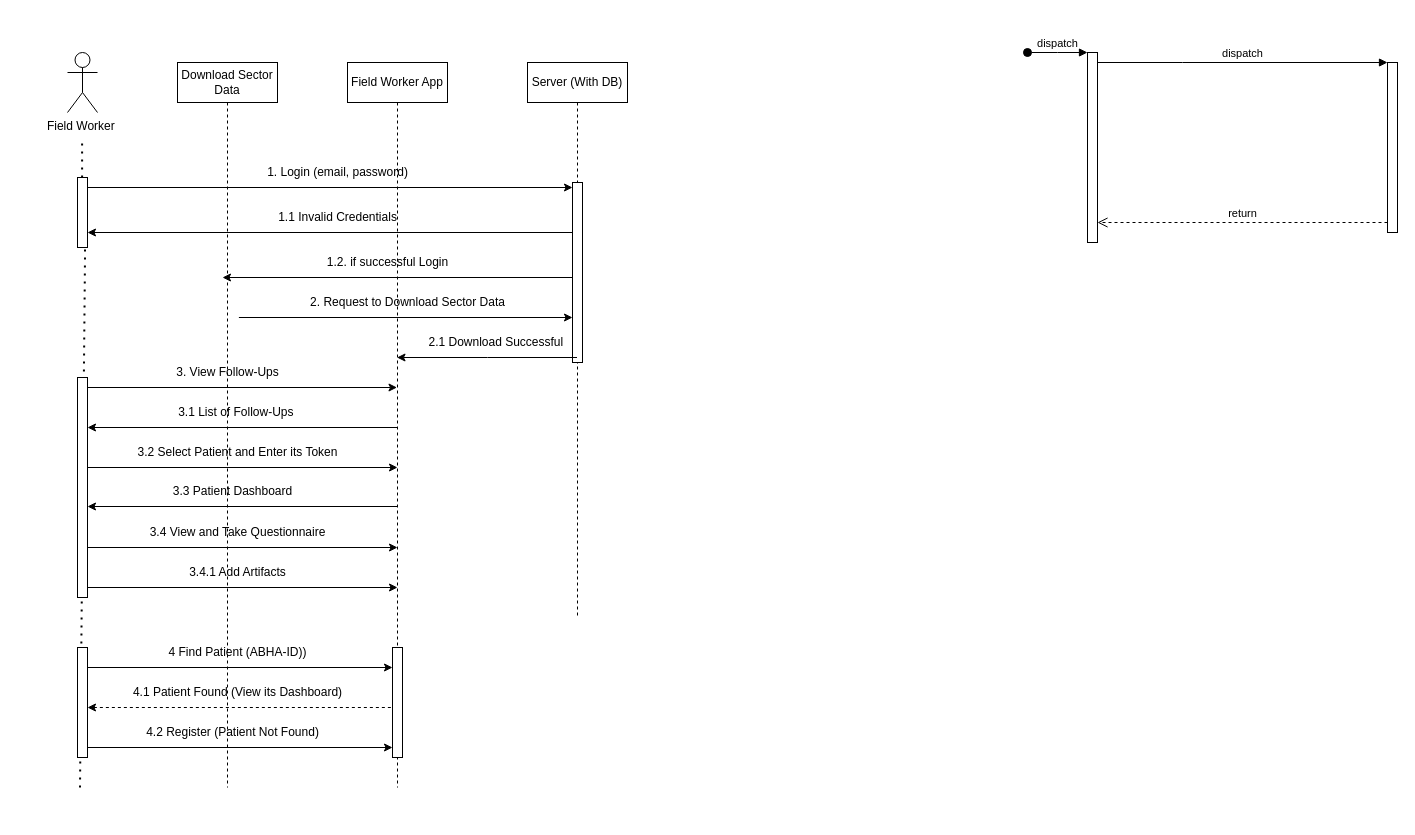
Above: Field Worker.drawio in Elysian01/Elysian01 (draw.io), before the change. Source tidied: cells renumbered, new cells numbered last; positions are measured from the earlier drawing's top-left corner, leaving out a move shared by most shapes. Both pictures are drawn from the tidied source at 100%, with x=0, y=0 at pixel (67, 52).
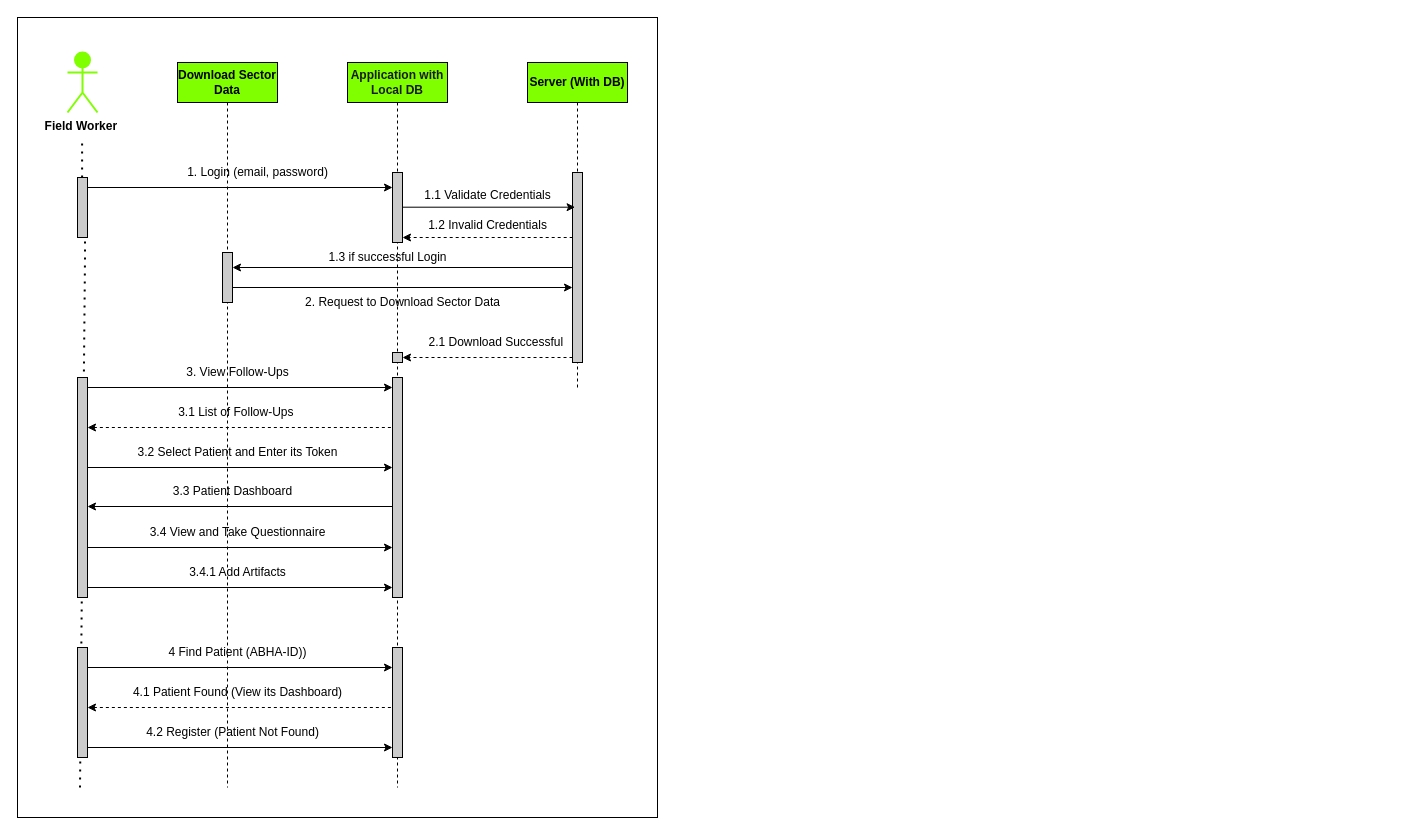
Above is the later version.

Change to the diagram source:
```diff
@@
+    <mxCell id="47" style="rounded=0;whiteSpace=wrap;html=1;" parent="1" vertex="1">
+      <mxGeometry x="-50" y="-35" width="640" height="800" as="geometry" />
+    </mxCell>
-    <mxCell id="2" value="Download Sector Data" style="shape=umlLifeline;perimeter=lifelinePerimeter;whiteSpace=wrap;html=1;newEdgeStyle={&quot;edgeStyle&quot;:&quot;elbowEdgeStyle&quot;,&quot;elbow&quot;:&quot;vertical&quot;,&quot;curved&quot;:0,&quot;rounded&quot;:0};" parent="1" vertex="1">
+    <mxCell id="2" value="Download Sector Data" style="shape=umlLifeline;perimeter=lifelinePerimeter;whiteSpace=wrap;html=1;newEdgeStyle={&quot;edgeStyle&quot;:&quot;elbowEdgeStyle&quot;,&quot;elbow&quot;:&quot;vertical&quot;,&quot;curved&quot;:0,&quot;rounded&quot;:0};fillColor=#80FF00;fontStyle=1;" parent="1" vertex="1">
       <mxGeometry x="110" y="10" width="100" height="725" as="geometry" />
     </mxCell>
-    <mxCell id="3" style="html=1;points=[];perimeter=orthogonalPerimeter;outlineConnect=0;targetShapes=umlLifeline;portConstraint=eastwest;newEdgeStyle={&quot;edgeStyle&quot;:&quot;elbowEdgeStyle&quot;,&quot;elbow&quot;:&quot;vertical&quot;,&quot;curved&quot;:0,&quot;rounded&quot;:0};" parent="1" vertex="1">
-      <mxGeometry x="1020" width="10" height="190" as="geometry" />
-    </mxCell>
-    <mxCell id="4" value="dispatch" style="html=1;verticalAlign=bottom;startArrow=oval;endArrow=block;startSize=8;edgeStyle=elbowEdgeStyle;elbow=vertical;curved=0;rounded=0;" parent="1" edge="1" target="3">
-      <mxGeometry relative="1" as="geometry">
-        <mxPoint x="960" as="sourcePoint" />
-      </mxGeometry>
-    </mxCell>
-    <mxCell id="5" style="html=1;points=[];perimeter=orthogonalPerimeter;outlineConnect=0;targetShapes=umlLifeline;portConstraint=eastwest;newEdgeStyle={&quot;edgeStyle&quot;:&quot;elbowEdgeStyle&quot;,&quot;elbow&quot;:&quot;vertical&quot;,&quot;curved&quot;:0,&quot;rounded&quot;:0};" parent="1" vertex="1">
-      <mxGeometry x="1320" y="10" width="10" height="170" as="geometry" />
-    </mxCell>
-    <mxCell id="6" value="dispatch" style="html=1;verticalAlign=bottom;endArrow=block;edgeStyle=elbowEdgeStyle;elbow=vertical;curved=0;rounded=0;" parent="1" edge="1" source="3" target="5">
-      <mxGeometry relative="1" as="geometry">
-        <Array as="points">
-          <mxPoint x="1115" y="10" />
-        </Array>
-      </mxGeometry>
-    </mxCell>
-    <mxCell id="7" value="return" style="html=1;verticalAlign=bottom;endArrow=open;dashed=1;endSize=8;edgeStyle=elbowEdgeStyle;elbow=vertical;curved=0;rounded=0;" parent="1" edge="1" source="5" target="3">
-      <mxGeometry relative="1" as="geometry">
-        <Array as="points">
-          <mxPoint x="1125" y="170" />
-        </Array>
-      </mxGeometry>
-    </mxCell>
+    <mxCell id="48" style="html=1;points=[];perimeter=orthogonalPerimeter;outlineConnect=0;targetShapes=umlLifeline;portConstraint=eastwest;newEdgeStyle={&quot;edgeStyle&quot;:&quot;elbowEdgeStyle&quot;,&quot;elbow&quot;:&quot;vertical&quot;,&quot;curved&quot;:0,&quot;rounded&quot;:0};fillColor=#CCCCCC;" parent="2" vertex="1">
+      <mxGeometry x="45" y="190" width="10" height="50" as="geometry" />
+    </mxCell>
-    <mxCell id="8" value="Field Worker App" style="shape=umlLifeline;perimeter=lifelinePerimeter;whiteSpace=wrap;html=1;outlineConnect=0;portConstraint=eastwest;newEdgeStyle={&quot;edgeStyle&quot;:&quot;elbowEdgeStyle&quot;,&quot;elbow&quot;:&quot;vertical&quot;,&quot;curved&quot;:0,&quot;rounded&quot;:0};" parent="1" vertex="1">
+    <mxCell id="8" value="Application with Local DB" style="shape=umlLifeline;perimeter=lifelinePerimeter;whiteSpace=wrap;html=1;outlineConnect=0;portConstraint=eastwest;newEdgeStyle={&quot;edgeStyle&quot;:&quot;elbowEdgeStyle&quot;,&quot;elbow&quot;:&quot;vertical&quot;,&quot;curved&quot;:0,&quot;rounded&quot;:0};fillColor=#80FF00;fontColor=#1A1A1A;fontStyle=1;" parent="1" vertex="1">
       <mxGeometry x="280" y="10" width="100" height="725" as="geometry" />
     </mxCell>
-    <mxCell id="9" style="html=1;points=[];perimeter=orthogonalPerimeter;outlineConnect=0;targetShapes=umlLifeline;portConstraint=eastwest;newEdgeStyle={&quot;edgeStyle&quot;:&quot;elbowEdgeStyle&quot;,&quot;elbow&quot;:&quot;vertical&quot;,&quot;curved&quot;:0,&quot;rounded&quot;:0};" parent="8" vertex="1">
+    <mxCell id="9" style="html=1;points=[];perimeter=orthogonalPerimeter;outlineConnect=0;targetShapes=umlLifeline;portConstraint=eastwest;newEdgeStyle={&quot;edgeStyle&quot;:&quot;elbowEdgeStyle&quot;,&quot;elbow&quot;:&quot;vertical&quot;,&quot;curved&quot;:0,&quot;rounded&quot;:0};fillColor=#CCCCCC;" parent="8" vertex="1">
       <mxGeometry x="45" y="585" width="10" height="110" as="geometry" />
     </mxCell>
+    <mxCell id="49" style="html=1;points=[];perimeter=orthogonalPerimeter;outlineConnect=0;targetShapes=umlLifeline;portConstraint=eastwest;newEdgeStyle={&quot;edgeStyle&quot;:&quot;elbowEdgeStyle&quot;,&quot;elbow&quot;:&quot;vertical&quot;,&quot;curved&quot;:0,&quot;rounded&quot;:0};fillColor=#CCCCCC;" parent="8" vertex="1">
+      <mxGeometry x="45" y="290" width="10" height="10" as="geometry" />
+    </mxCell>
+    <mxCell id="50" style="html=1;points=[];perimeter=orthogonalPerimeter;outlineConnect=0;targetShapes=umlLifeline;portConstraint=eastwest;newEdgeStyle={&quot;edgeStyle&quot;:&quot;elbowEdgeStyle&quot;,&quot;elbow&quot;:&quot;vertical&quot;,&quot;curved&quot;:0,&quot;rounded&quot;:0};fillColor=#CCCCCC;" parent="8" vertex="1">
+      <mxGeometry x="45" y="110" width="10" height="70" as="geometry" />
+    </mxCell>
-    <mxCell id="10" value="Server (With DB)" style="shape=umlLifeline;perimeter=lifelinePerimeter;whiteSpace=wrap;html=1;outlineConnect=0;portConstraint=eastwest;newEdgeStyle={&quot;edgeStyle&quot;:&quot;elbowEdgeStyle&quot;,&quot;elbow&quot;:&quot;vertical&quot;,&quot;curved&quot;:0,&quot;rounded&quot;:0};" parent="1" vertex="1">
-      <mxGeometry x="460" y="10" width="100" height="555" as="geometry" />
+    <mxCell id="10" value="Server (With DB)" style="shape=umlLifeline;perimeter=lifelinePerimeter;whiteSpace=wrap;html=1;outlineConnect=0;portConstraint=eastwest;newEdgeStyle={&quot;edgeStyle&quot;:&quot;elbowEdgeStyle&quot;,&quot;elbow&quot;:&quot;vertical&quot;,&quot;curved&quot;:0,&quot;rounded&quot;:0};fillColor=#80FF00;fontStyle=1;" parent="1" vertex="1">
+      <mxGeometry x="460" y="10" width="100" height="325" as="geometry" />
     </mxCell>
-    <mxCell id="11" style="html=1;points=[];perimeter=orthogonalPerimeter;outlineConnect=0;targetShapes=umlLifeline;portConstraint=eastwest;newEdgeStyle={&quot;edgeStyle&quot;:&quot;elbowEdgeStyle&quot;,&quot;elbow&quot;:&quot;vertical&quot;,&quot;curved&quot;:0,&quot;rounded&quot;:0};" parent="10" vertex="1">
-      <mxGeometry x="45" y="120" width="10" height="180" as="geometry" />
+    <mxCell id="11" style="html=1;points=[];perimeter=orthogonalPerimeter;outlineConnect=0;targetShapes=umlLifeline;portConstraint=eastwest;newEdgeStyle={&quot;edgeStyle&quot;:&quot;elbowEdgeStyle&quot;,&quot;elbow&quot;:&quot;vertical&quot;,&quot;curved&quot;:0,&quot;rounded&quot;:0};fillColor=#CCCCCC;" parent="10" vertex="1">
+      <mxGeometry x="45" y="110" width="10" height="190" as="geometry" />
     </mxCell>
-    <mxCell id="12" value="Field Worker&amp;nbsp;" style="shape=umlActor;verticalLabelPosition=bottom;verticalAlign=top;html=1;" parent="1" vertex="1">
+    <mxCell id="12" value="Field Worker&amp;nbsp;" style="shape=umlActor;verticalLabelPosition=bottom;verticalAlign=top;html=1;fillColor=#80FF00;strokeColor=#80FF00;strokeWidth=2;fontStyle=1;" parent="1" vertex="1">
       <mxGeometry width="30" height="60" as="geometry" />
     </mxCell>
-    <mxCell id="13" style="endArrow=classic;html=1;rounded=0;" parent="1" edge="1" target="11">
+    <mxCell id="13" style="endArrow=classic;html=1;rounded=0;" parent="1" edge="1" target="50">
       <mxGeometry relative="1" as="geometry">
         <mxPoint x="20" y="135" as="sourcePoint" />
       </mxGeometry>
     </mxCell>
     <mxCell id="14" value="1. Login (email, password)" style="text;html=1;align=center;verticalAlign=middle;strokeColor=none;fillColor=none;" parent="1" vertex="1">
-      <mxGeometry x="190" y="105" width="160" height="30" as="geometry" />
+      <mxGeometry x="110" y="105" width="160" height="30" as="geometry" />
     </mxCell>
-    <mxCell id="15" style="endArrow=classic;html=1;rounded=0;" parent="1" edge="1" source="11">
-      <mxGeometry relative="1" as="geometry">
-        <mxPoint x="155" y="225" as="targetPoint" />
-      </mxGeometry>
+    <mxCell id="15" style="endArrow=classic;html=1;rounded=0;" parent="1" edge="1" source="11" target="48">
+      <mxGeometry relative="1" as="geometry" />
     </mxCell>
-    <mxCell id="16" value="1.2. if successful Login" style="text;html=1;align=center;verticalAlign=middle;strokeColor=none;fillColor=none;" parent="1" vertex="1">
-      <mxGeometry x="250" y="195" width="140" height="30" as="geometry" />
+    <mxCell id="16" value="1.3 if successful Login" style="text;html=1;align=center;verticalAlign=middle;strokeColor=none;fillColor=none;" parent="1" vertex="1">
+      <mxGeometry x="250" y="190" width="140" height="30" as="geometry" />
     </mxCell>
-    <mxCell id="17" style="endArrow=classic;html=1;rounded=0;" parent="1" edge="1" source="11">
+    <mxCell id="17" style="endArrow=classic;html=1;rounded=0;dashed=1;" parent="1" edge="1" target="50">
       <mxGeometry relative="1" as="geometry">
-        <mxPoint x="20" y="180" as="targetPoint" />
+        <mxPoint x="505.2" y="185" as="sourcePoint" />
       </mxGeometry>
     </mxCell>
-    <mxCell id="18" value="1.1 Invalid Credentials" style="text;html=1;align=center;verticalAlign=middle;strokeColor=none;fillColor=none;" parent="1" vertex="1">
-      <mxGeometry x="200" y="150" width="140" height="30" as="geometry" />
+    <mxCell id="18" value="1.2 Invalid Credentials" style="text;html=1;align=center;verticalAlign=middle;strokeColor=none;fillColor=none;" parent="1" vertex="1">
+      <mxGeometry x="350" y="157.5" width="140" height="30" as="geometry" />
     </mxCell>
-    <mxCell id="19" style="endArrow=classic;startArrow=none;html=1;rounded=0;startFill=0;" parent="1" edge="1" target="11">
+    <mxCell id="19" style="endArrow=classic;startArrow=none;html=1;rounded=0;startFill=0;" parent="1" edge="1">
       <mxGeometry relative="1" as="geometry">
-        <mxPoint x="171.4" y="265" as="sourcePoint" />
+        <mxPoint x="165" y="235" as="sourcePoint" />
+        <mxPoint x="505" y="235" as="targetPoint" />
       </mxGeometry>
     </mxCell>
     <mxCell id="20" value="2. Request to Download Sector Data" style="text;html=1;align=center;verticalAlign=middle;strokeColor=none;fillColor=none;" parent="1" vertex="1">
-      <mxGeometry x="230" y="235" width="220" height="30" as="geometry" />
+      <mxGeometry x="225" y="235" width="220" height="30" as="geometry" />
     </mxCell>
@@
-    <mxCell id="22" style="endArrow=classic;html=1;rounded=0;" parent="1" edge="1" source="10" target="8">
+    <mxCell id="22" style="endArrow=classic;html=1;rounded=0;dashed=1;" parent="1" edge="1" source="11" target="49">
       <mxGeometry relative="1" as="geometry">
         <Array as="points">
           <mxPoint x="420" y="305" />
         </Array>
       </mxGeometry>
     </mxCell>
@@
-    <mxCell id="24" style="endArrow=classic;html=1;rounded=0;" parent="1" edge="1" target="8">
+    <mxCell id="24" style="endArrow=classic;html=1;rounded=0;" parent="1" edge="1" target="52">
       <mxGeometry relative="1" as="geometry">
         <mxPoint x="20" y="335" as="sourcePoint" />
       </mxGeometry>
     </mxCell>
     <mxCell id="25" value="3. View Follow-Ups" style="text;html=1;align=center;verticalAlign=middle;strokeColor=none;fillColor=none;" parent="1" vertex="1">
-      <mxGeometry x="95" y="305" width="130" height="30" as="geometry" />
+      <mxGeometry x="105" y="305" width="130" height="30" as="geometry" />
     </mxCell>
-    <mxCell id="26" style="endArrow=none;html=1;rounded=0;startArrow=classic;startFill=1;endFill=0;" parent="1" edge="1" target="8">
+    <mxCell id="26" style="endArrow=none;html=1;rounded=0;startArrow=classic;startFill=1;endFill=0;dashed=1;" parent="1" edge="1" target="8">
       <mxGeometry relative="1" as="geometry">
         <mxPoint x="20" y="375" as="sourcePoint" />
       </mxGeometry>
     </mxCell>
@@
-    <mxCell id="28" style="endArrow=classic;html=1;rounded=0;" parent="1" edge="1">
+    <mxCell id="28" style="endArrow=classic;html=1;rounded=0;" parent="1" edge="1" target="52">
       <mxGeometry relative="1" as="geometry">
         <mxPoint x="20" y="415" as="sourcePoint" />
-        <mxPoint x="330" y="415" as="targetPoint" />
       </mxGeometry>
     </mxCell>
@@
-    <mxCell id="30" style="endArrow=none;html=1;rounded=0;startArrow=classic;startFill=1;endFill=0;" parent="1" edge="1">
+    <mxCell id="30" style="endArrow=none;html=1;rounded=0;startArrow=classic;startFill=1;endFill=0;" parent="1" edge="1" source="52">
       <mxGeometry relative="1" as="geometry">
-        <mxPoint x="20" y="454" as="sourcePoint" />
         <mxPoint x="330" y="454" as="targetPoint" />
       </mxGeometry>
     </mxCell>
@@
-    <mxCell id="32" style="endArrow=classic;html=1;rounded=0;" parent="1" edge="1">
+    <mxCell id="32" style="endArrow=classic;html=1;rounded=0;" parent="1" edge="1" target="52">
       <mxGeometry relative="1" as="geometry">
         <mxPoint x="20" y="495" as="sourcePoint" />
-        <mxPoint x="330" y="495" as="targetPoint" />
       </mxGeometry>
     </mxCell>
@@
-    <mxCell id="34" style="endArrow=classic;html=1;rounded=0;" parent="1" edge="1">
+    <mxCell id="34" style="endArrow=classic;html=1;rounded=0;" parent="1" edge="1" target="52">
       <mxGeometry relative="1" as="geometry">
         <mxPoint x="20" y="535" as="sourcePoint" />
-        <mxPoint x="330" y="535" as="targetPoint" />
       </mxGeometry>
     </mxCell>
@@
-    <mxCell id="42" style="endArrow=none;dashed=1;html=1;dashPattern=1 3;strokeWidth=2;rounded=0;" parent="1" edge="1">
+    <mxCell id="42" style="endArrow=none;dashed=1;html=1;dashPattern=1 3;strokeWidth=2;rounded=0;" parent="1" edge="1" target="43">
       <mxGeometry relative="1" as="geometry">
         <mxPoint x="12.5" y="735" as="sourcePoint" />
-        <mxPoint x="17.5" y="195" as="targetPoint" />
         <Array as="points">
           <mxPoint x="17.5" y="205" />
         </Array>
       </mxGeometry>
     </mxCell>
-    <mxCell id="43" style="html=1;points=[];perimeter=orthogonalPerimeter;outlineConnect=0;targetShapes=umlLifeline;portConstraint=eastwest;newEdgeStyle={&quot;edgeStyle&quot;:&quot;elbowEdgeStyle&quot;,&quot;elbow&quot;:&quot;vertical&quot;,&quot;curved&quot;:0,&quot;rounded&quot;:0};" parent="1" vertex="1">
-      <mxGeometry x="10" y="125" width="10" height="70" as="geometry" />
+    <mxCell id="43" style="html=1;points=[];perimeter=orthogonalPerimeter;outlineConnect=0;targetShapes=umlLifeline;portConstraint=eastwest;newEdgeStyle={&quot;edgeStyle&quot;:&quot;elbowEdgeStyle&quot;,&quot;elbow&quot;:&quot;vertical&quot;,&quot;curved&quot;:0,&quot;rounded&quot;:0};fillColor=#CCCCCC;" parent="1" vertex="1">
+      <mxGeometry x="10" y="125" width="10" height="60" as="geometry" />
     </mxCell>
-    <mxCell id="44" style="html=1;perimeter=orthogonalPerimeter;targetShapes=umlLifeline;newEdgeStyle={&quot;edgeStyle&quot;:&quot;elbowEdgeStyle&quot;,&quot;elbow&quot;:&quot;vertical&quot;,&quot;curved&quot;:0,&quot;rounded&quot;:0};" parent="1" vertex="1">
+    <mxCell id="44" style="html=1;perimeter=orthogonalPerimeter;targetShapes=umlLifeline;newEdgeStyle={&quot;edgeStyle&quot;:&quot;elbowEdgeStyle&quot;,&quot;elbow&quot;:&quot;vertical&quot;,&quot;curved&quot;:0,&quot;rounded&quot;:0};fillColor=#CCCCCC;" parent="1" vertex="1">
       <mxGeometry x="10" y="325" width="10" height="220" as="geometry" />
     </mxCell>
@@
-    <mxCell id="46" style="html=1;points=[];perimeter=orthogonalPerimeter;outlineConnect=0;targetShapes=umlLifeline;portConstraint=eastwest;newEdgeStyle={&quot;edgeStyle&quot;:&quot;elbowEdgeStyle&quot;,&quot;elbow&quot;:&quot;vertical&quot;,&quot;curved&quot;:0,&quot;rounded&quot;:0};" parent="1" vertex="1">
+    <mxCell id="46" style="html=1;points=[];perimeter=orthogonalPerimeter;outlineConnect=0;targetShapes=umlLifeline;portConstraint=eastwest;newEdgeStyle={&quot;edgeStyle&quot;:&quot;elbowEdgeStyle&quot;,&quot;elbow&quot;:&quot;vertical&quot;,&quot;curved&quot;:0,&quot;rounded&quot;:0};fillColor=#CCCCCC;" parent="1" vertex="1">
       <mxGeometry x="10" y="595" width="10" height="110" as="geometry" />
     </mxCell>
+    <mxCell id="51" style="endArrow=none;html=1;rounded=0;startArrow=classic;startFill=1;endFill=0;" parent="1" edge="1" target="52">
+      <mxGeometry relative="1" as="geometry">
+        <mxPoint x="20" y="454" as="sourcePoint" />
+      </mxGeometry>
+    </mxCell>
+    <mxCell id="52" style="html=1;points=[];perimeter=orthogonalPerimeter;outlineConnect=0;targetShapes=umlLifeline;portConstraint=eastwest;newEdgeStyle={&quot;edgeStyle&quot;:&quot;elbowEdgeStyle&quot;,&quot;elbow&quot;:&quot;vertical&quot;,&quot;curved&quot;:0,&quot;rounded&quot;:0};fillColor=#CCCCCC;" parent="1" vertex="1">
+      <mxGeometry x="325" y="325" width="10" height="220" as="geometry" />
+    </mxCell>
+    <mxCell id="53" style="endArrow=none;html=1;rounded=0;endFill=0;startArrow=classic;startFill=1;" parent="1" edge="1" target="50">
+      <mxGeometry relative="1" as="geometry">
+        <mxPoint x="507.6" y="154.7" as="sourcePoint" />
+      </mxGeometry>
+    </mxCell>
+    <mxCell id="54" value="1.1 Validate Credentials" style="text;html=1;align=center;verticalAlign=middle;strokeColor=none;fillColor=none;" parent="1" vertex="1">
+      <mxGeometry x="345" y="127.5" width="150" height="30" as="geometry" />
+    </mxCell>
```
